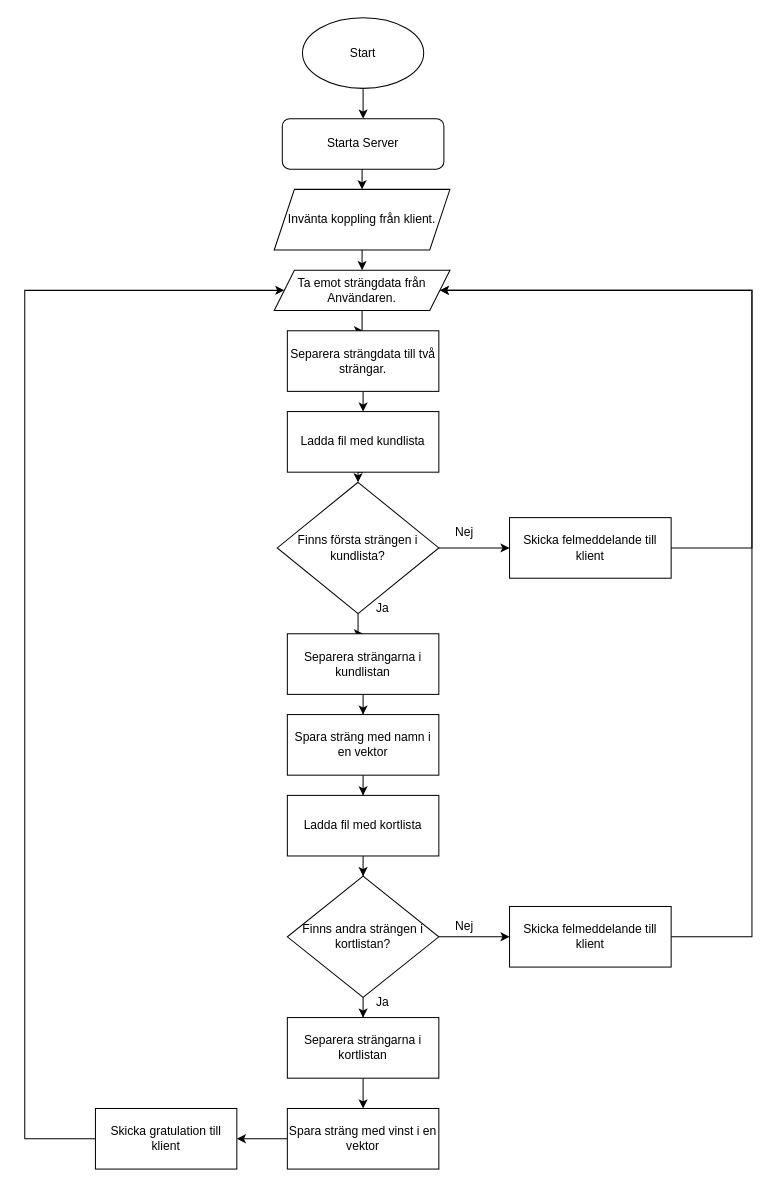
Earlier version of the draw.io diagram Guldkortet Flödesschema.drawio (PBergstrom90/PBergstrom90). Source tidied: cells renumbered, new cells numbered last; positions are measured from the earlier drawing's top-left corner, leaving out a move shared by most shapes. Both pictures are drawn from the tidied source at 101%, with x=0, y=0 at pixel (24, 17).
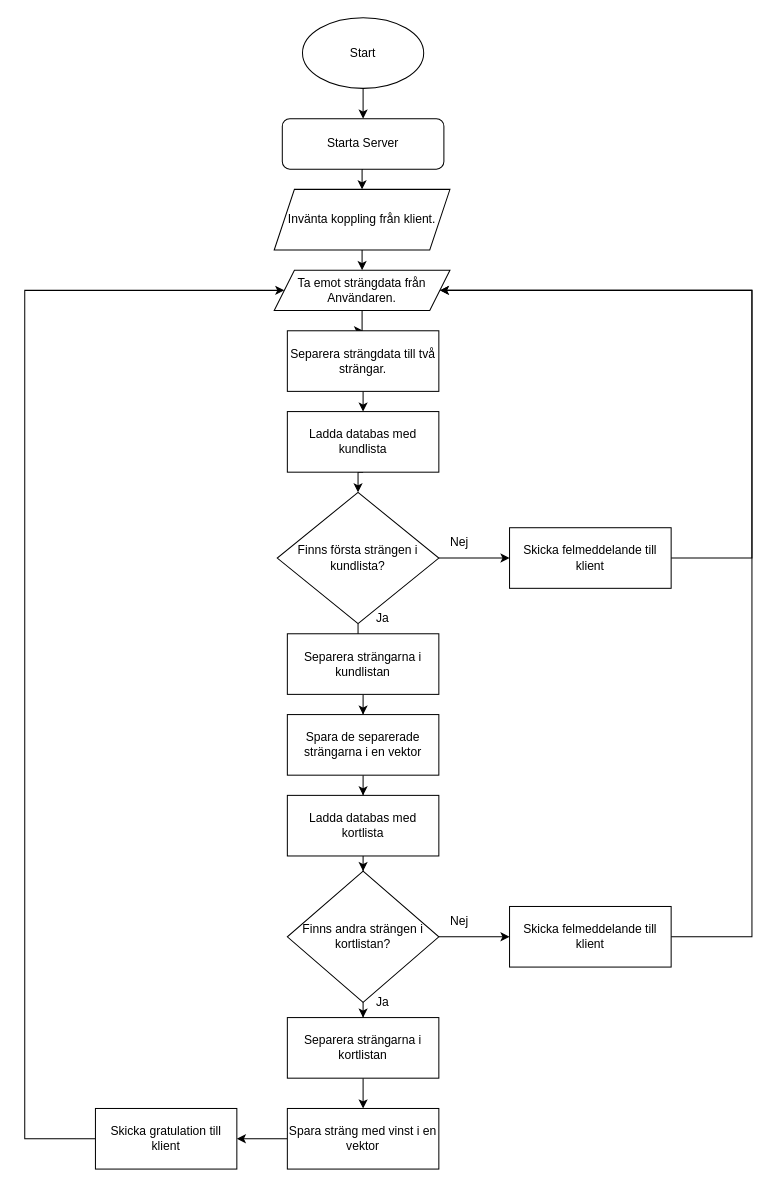
The same page after the edit.

The change refers to these unchanged cells:
```xml
<mxCell id="9" value="Ta emot strängdata från Användaren." style="shape=parallelogram;perimeter=parallelogramPerimeter;whiteSpace=wrap;html=1;fixedSize=1;" parent="1" vertex="1">
  <mxGeometry x="247" y="250" width="174" height="40" as="geometry" />
</mxCell>
```

What changed in the source:
```diff
@@
-    <mxCell id="13" value="Ladda fil med kundlista" style="rounded=0;whiteSpace=wrap;html=1;" parent="1" vertex="1">
+    <mxCell id="13" value="Ladda databas med kundlista" style="rounded=0;whiteSpace=wrap;html=1;" parent="1" vertex="1">
       <mxGeometry x="260" y="390" width="150" height="60" as="geometry" />
     </mxCell>
@@
     <mxCell id="16" value="Finns första strängen i kundlista?" style="rhombus;whiteSpace=wrap;html=1;" parent="1" vertex="1">
-      <mxGeometry x="250" y="460" width="160" height="130" as="geometry" />
+      <mxGeometry x="250" y="470" width="160" height="130" as="geometry" />
     </mxCell>
@@
-    <mxCell id="20" value="Spara sträng med namn i en vektor" style="rounded=0;whiteSpace=wrap;html=1;" parent="1" vertex="1">
+    <mxCell id="20" value="Spara de separerade strängarna i en vektor" style="rounded=0;whiteSpace=wrap;html=1;" parent="1" vertex="1">
       <mxGeometry x="260" y="690" width="150" height="60" as="geometry" />
     </mxCell>
@@
-    <mxCell id="22" value="Ladda fil med kortlista" style="rounded=0;whiteSpace=wrap;html=1;" parent="1" vertex="1">
+    <mxCell id="22" value="Ladda databas med kortlista" style="rounded=0;whiteSpace=wrap;html=1;" parent="1" vertex="1">
       <mxGeometry x="260" y="770" width="150" height="60" as="geometry" />
     </mxCell>
@@
     <mxCell id="25" value="Finns andra strängen i kortlistan?" style="rhombus;whiteSpace=wrap;html=1;" parent="1" vertex="1">
-      <mxGeometry x="260" y="850" width="150" height="120" as="geometry" />
+      <mxGeometry x="260" y="845" width="150" height="130" as="geometry" />
     </mxCell>
@@
     <mxCell id="34" style="edgeStyle=orthogonalEdgeStyle;rounded=0;jettySize=auto;html=1;entryX=1;entryY=0.5;entryDx=0;entryDy=0;" parent="1" edge="1" source="35" target="9">
       <mxGeometry relative="1" as="geometry">
         <Array as="points">
-          <mxPoint x="720" y="525" />
+          <mxPoint x="720" y="535" />
           <mxPoint x="720" y="270" />
         </Array>
       </mxGeometry>
     </mxCell>
     <mxCell id="35" value="Skicka felmeddelande till klient" style="whiteSpace=wrap;html=1;" parent="1" vertex="1">
-      <mxGeometry x="480" y="495" width="160" height="60" as="geometry" />
+      <mxGeometry x="480" y="505" width="160" height="60" as="geometry" />
     </mxCell>
     <mxCell id="36" value="Nej" style="text;html=1;align=center;verticalAlign=middle;strokeColor=none;fillColor=none;" parent="1" vertex="1">
-      <mxGeometry x="415" y="495" width="40" height="30" as="geometry" />
+      <mxGeometry x="410" y="505" width="40" height="30" as="geometry" />
     </mxCell>
     <mxCell id="37" value="Ja" style="text;html=1;align=center;verticalAlign=middle;strokeColor=none;fillColor=none;" parent="1" vertex="1">
-      <mxGeometry x="334" y="570" width="40" height="30" as="geometry" />
+      <mxGeometry x="334" y="580" width="40" height="30" as="geometry" />
     </mxCell>
@@
     <mxCell id="39" value="Nej" style="text;html=1;align=center;verticalAlign=middle;strokeColor=none;fillColor=none;" parent="1" vertex="1">
-      <mxGeometry x="415" y="885" width="40" height="30" as="geometry" />
+      <mxGeometry x="410" y="880" width="40" height="30" as="geometry" />
     </mxCell>
```
